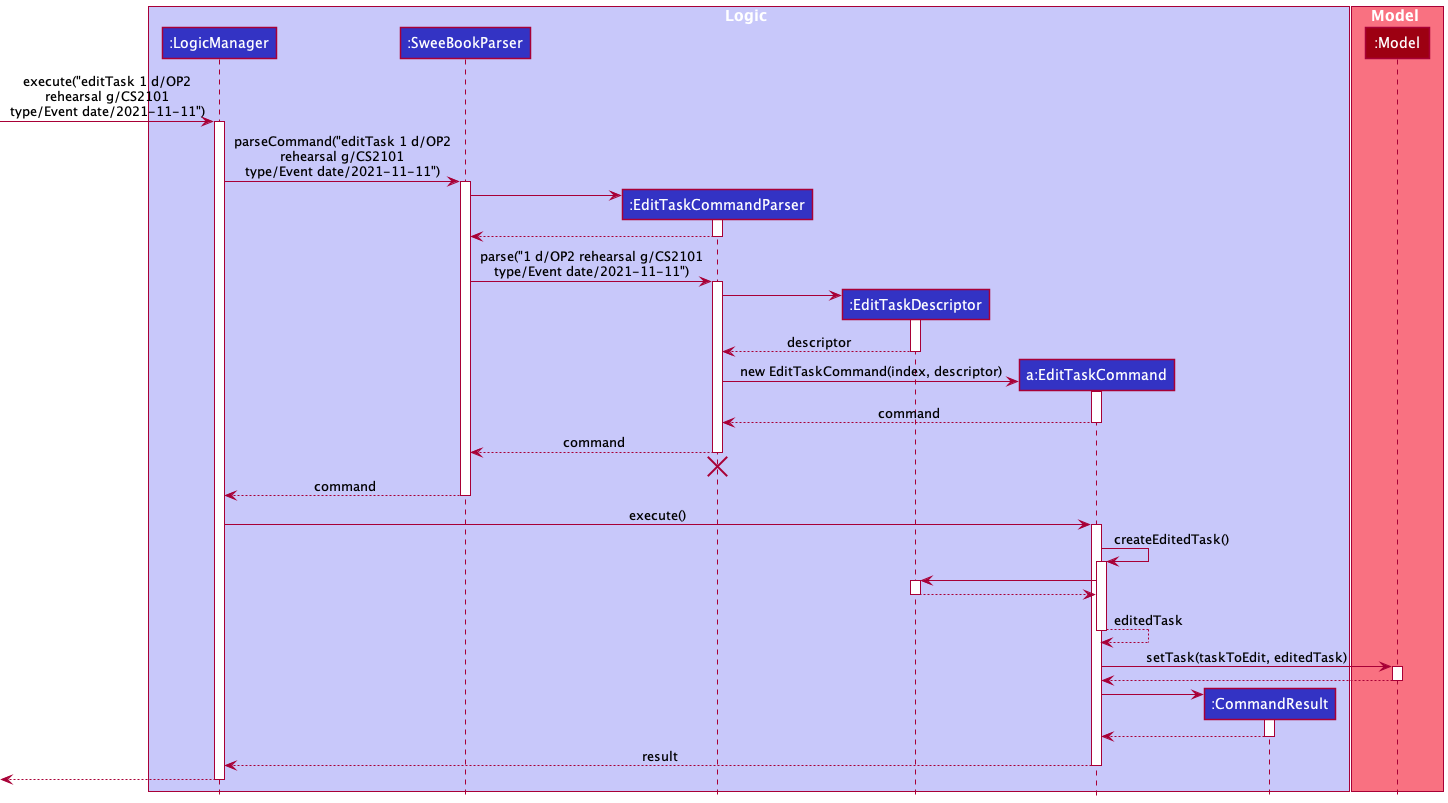
This is docs/images/EditTaskSequenceDiagram.png from zhenxuantan/tp, a PlantUML export, as it was before one commit.
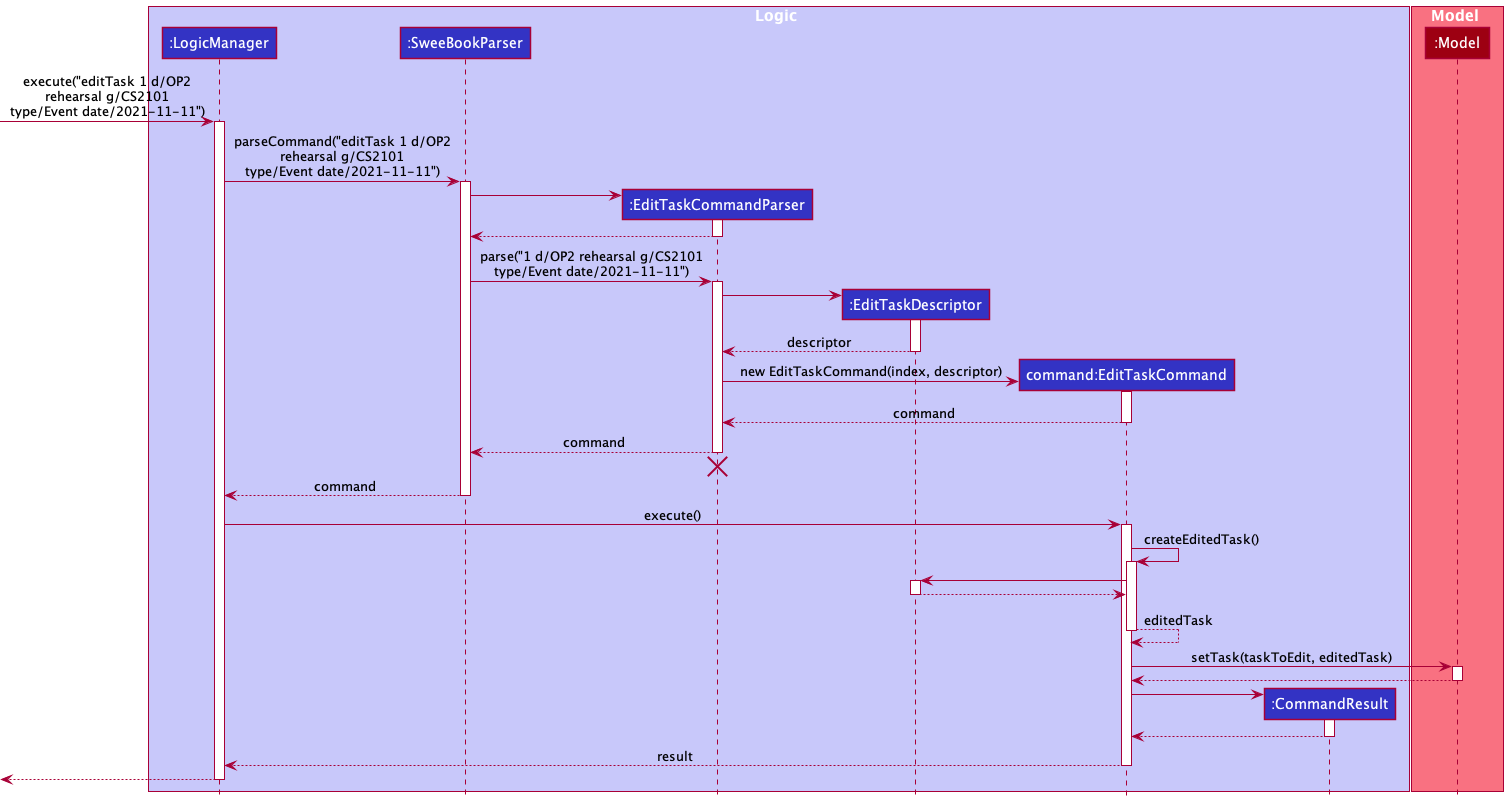
After the change.

Diff of the diagram source:
```diff
@@ -6,7 +6,7 @@
 participant ":SweeBookParser" as SweeBookParser LOGIC_COLOR
 participant ":EditTaskCommandParser" as EditTaskCommandParser LOGIC_COLOR
 participant ":EditTaskDescriptor" as EditTaskDescriptor LOGIC_COLOR
-participant "a:EditTaskCommand" as EditTaskCommand LOGIC_COLOR
+participant "command:EditTaskCommand" as EditTaskCommand LOGIC_COLOR
 participant ":CommandResult" as CommandResult LOGIC_COLOR
 end box
 
```
